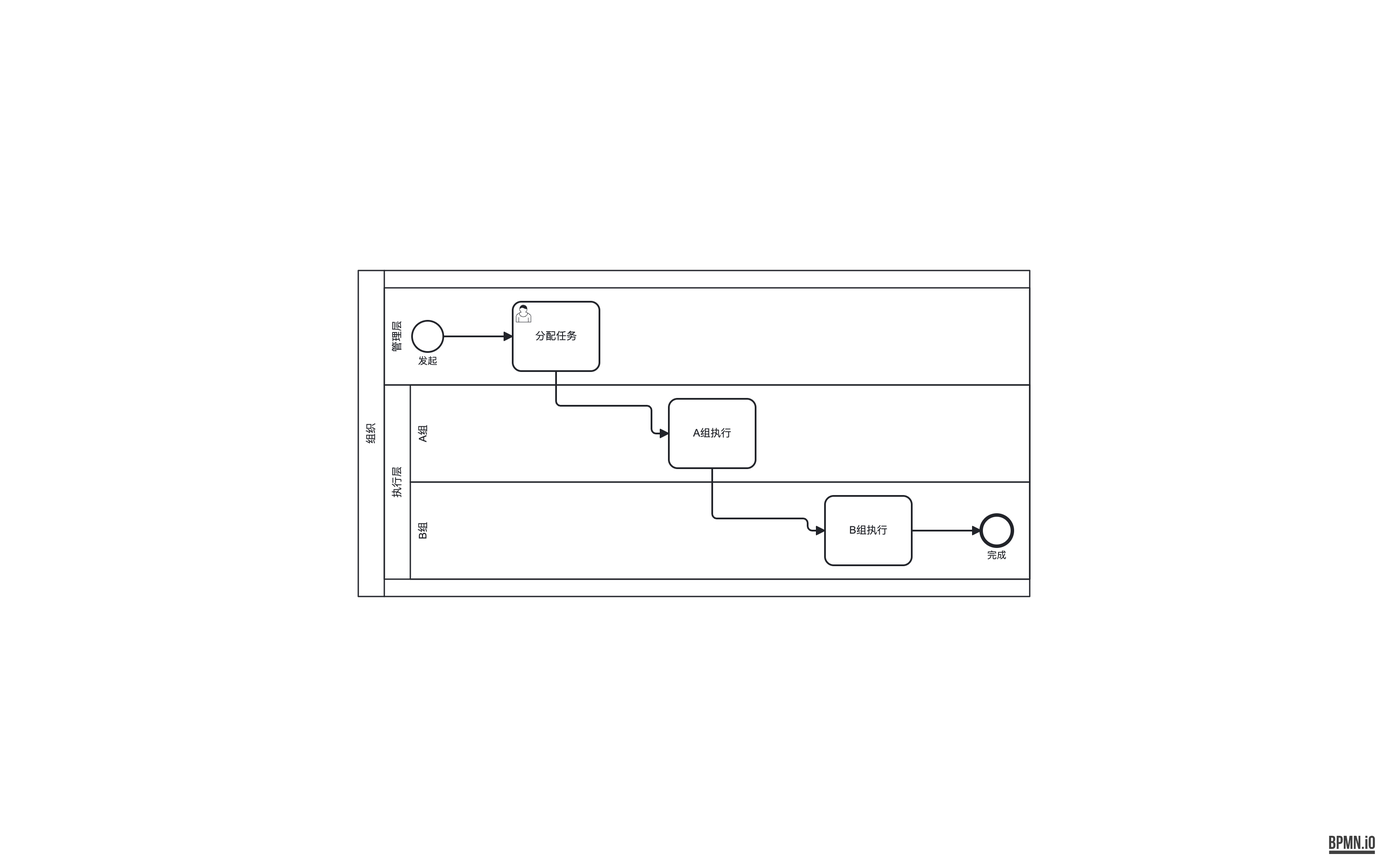
This is out-bpmn-png/27-collaboration-nested-lanes.png from LcpMarvel/tramito-layout, a BPMN export, as it was before one commit. Its source is kept beside it as out-xml/27-collaboration-nested-lanes.bpmn. Ids are renumbered. The source it was exported from:
```xml
<bpmn:definitions xmlns:bpmn="http://www.omg.org/spec/BPMN/20100524/MODEL" xmlns:bpmndi="http://www.omg.org/spec/BPMN/20100524/DI" xmlns:dc="http://www.omg.org/spec/DD/20100524/DC" xmlns:di="http://www.omg.org/spec/DD/20100524/DI" id="definitions_collab_nested_lanes" targetNamespace="http://example.com/test-collab-nested-lanes" exporter="ELK-BPMN Test Generator" exporterVersion="1.0">
  <bpmn:collaboration id="collaboration_1" name="嵌套泳道示例">
    <bpmn:participant id="pool_org" name="组织" processRef="process_org" />
  </bpmn:collaboration>
  <bpmn:process id="process_org" name="组织" isExecutable="true">
    <bpmn:laneSet id="LaneSet_1">
      <bpmn:lane id="lane_management" name="管理层">
        <bpmn:flowNodeRef>start_1</bpmn:flowNodeRef>
        <bpmn:flowNodeRef>task_assign</bpmn:flowNodeRef>
      </bpmn:lane>
      <bpmn:lane id="lane_execution" name="执行层">
        <bpmn:childLaneSet id="LaneSet_2">
          <bpmn:lane id="lane_team_a" name="A组">
            <bpmn:flowNodeRef>task_exec_a</bpmn:flowNodeRef>
          </bpmn:lane>
          <bpmn:lane id="lane_team_b" name="B组">
            <bpmn:flowNodeRef>task_exec_b</bpmn:flowNodeRef>
            <bpmn:flowNodeRef>end_1</bpmn:flowNodeRef>
          </bpmn:lane>
        </bpmn:childLaneSet>
      </bpmn:lane>
    </bpmn:laneSet>
    <bpmn:startEvent id="start_1" name="发起">
      <bpmn:outgoing>flow_1</bpmn:outgoing>
    </bpmn:startEvent>
    <bpmn:userTask id="task_assign" name="分配任务">
      <bpmn:incoming>flow_1</bpmn:incoming>
      <bpmn:outgoing>flow_2</bpmn:outgoing>
    </bpmn:userTask>
    <bpmn:task id="task_exec_a" name="A组执行">
      <bpmn:incoming>flow_2</bpmn:incoming>
      <bpmn:outgoing>flow_3</bpmn:outgoing>
    </bpmn:task>
    <bpmn:task id="task_exec_b" name="B组执行">
      <bpmn:incoming>flow_3</bpmn:incoming>
      <bpmn:outgoing>flow_4</bpmn:outgoing>
    </bpmn:task>
    <bpmn:endEvent id="end_1" name="完成">
      <bpmn:incoming>flow_4</bpmn:incoming>
    </bpmn:endEvent>
    <bpmn:sequenceFlow id="flow_1" sourceRef="start_1" targetRef="task_assign" />
    <bpmn:sequenceFlow id="flow_2" sourceRef="task_assign" targetRef="task_exec_a" />
    <bpmn:sequenceFlow id="flow_3" sourceRef="task_exec_a" targetRef="task_exec_b" />
    <bpmn:sequenceFlow id="flow_4" sourceRef="task_exec_b" targetRef="end_1" />
  </bpmn:process>
  <bpmndi:BPMNDiagram id="BPMNDiagram_definitions_collab_nested_lanes" name="BPMNDiagram">
    <bpmndi:BPMNPlane id="BPMNPlane_definitions_collab_nested_lanes" bpmnElement="collaboration_1">
      <bpmndi:BPMNShape id="collaboration_1_di" bpmnElement="collaboration_1">
        <dc:Bounds x="0" y="0" width="774" height="376" />
      </bpmndi:BPMNShape>
      <bpmndi:BPMNShape id="pool_org_di" bpmnElement="pool_org" isHorizontal="true">
        <dc:Bounds x="0" y="0" width="774" height="376" />
      </bpmndi:BPMNShape>
      <bpmndi:BPMNShape id="lane_management_di" bpmnElement="lane_management" isHorizontal="true">
        <dc:Bounds x="30" y="20" width="744" height="112" />
      </bpmndi:BPMNShape>
      <bpmndi:BPMNShape id="start_1_di" bpmnElement="start_1">
        <dc:Bounds x="62" y="58" width="36" height="36" />
        <bpmndi:BPMNLabel>
          <dc:Bounds x="30" y="98" width="100" height="14" />
        </bpmndi:BPMNLabel>
      </bpmndi:BPMNShape>
      <bpmndi:BPMNShape id="task_assign_di" bpmnElement="task_assign">
        <dc:Bounds x="178" y="36" width="100" height="80" />
      </bpmndi:BPMNShape>
      <bpmndi:BPMNShape id="lane_execution_di" bpmnElement="lane_execution" isHorizontal="true">
        <dc:Bounds x="30" y="132" width="744" height="224" />
      </bpmndi:BPMNShape>
      <bpmndi:BPMNShape id="lane_team_a_di" bpmnElement="lane_team_a" isHorizontal="true">
        <dc:Bounds x="60" y="132" width="714" height="112" />
      </bpmndi:BPMNShape>
      <bpmndi:BPMNShape id="task_exec_a_di" bpmnElement="task_exec_a">
        <dc:Bounds x="358" y="148" width="100" height="80" />
      </bpmndi:BPMNShape>
      <bpmndi:BPMNShape id="lane_team_b_di" bpmnElement="lane_team_b" isHorizontal="true">
        <dc:Bounds x="60" y="244" width="714" height="112" />
      </bpmndi:BPMNShape>
      <bpmndi:BPMNShape id="task_exec_b_di" bpmnElement="task_exec_b">
        <dc:Bounds x="538" y="260" width="100" height="80" />
      </bpmndi:BPMNShape>
      <bpmndi:BPMNShape id="end_1_di" bpmnElement="end_1">
        <dc:Bounds x="718" y="282" width="36" height="36" />
        <bpmndi:BPMNLabel>
          <dc:Bounds x="686" y="322" width="100" height="14" />
        </bpmndi:BPMNLabel>
      </bpmndi:BPMNShape>
      <bpmndi:BPMNEdge id="flow_1_di" bpmnElement="flow_1">
        <di:waypoint x="98" y="76" />
        <di:waypoint x="178" y="76" />
      </bpmndi:BPMNEdge>
      <bpmndi:BPMNEdge id="flow_2_di" bpmnElement="flow_2">
        <di:waypoint x="228" y="116" />
        <di:waypoint x="228" y="156" />
        <di:waypoint x="338" y="156" />
        <di:waypoint x="338" y="188" />
        <di:waypoint x="358" y="188" />
      </bpmndi:BPMNEdge>
      <bpmndi:BPMNEdge id="flow_3_di" bpmnElement="flow_3">
        <di:waypoint x="408" y="228" />
        <di:waypoint x="408" y="286" />
        <di:waypoint x="518" y="286" />
        <di:waypoint x="518" y="300" />
        <di:waypoint x="538" y="300" />
      </bpmndi:BPMNEdge>
      <bpmndi:BPMNEdge id="flow_4_di" bpmnElement="flow_4">
        <di:waypoint x="638" y="300" />
        <di:waypoint x="718" y="300" />
      </bpmndi:BPMNEdge>
    </bpmndi:BPMNPlane>
  </bpmndi:BPMNDiagram>
</bpmn:definitions>
```
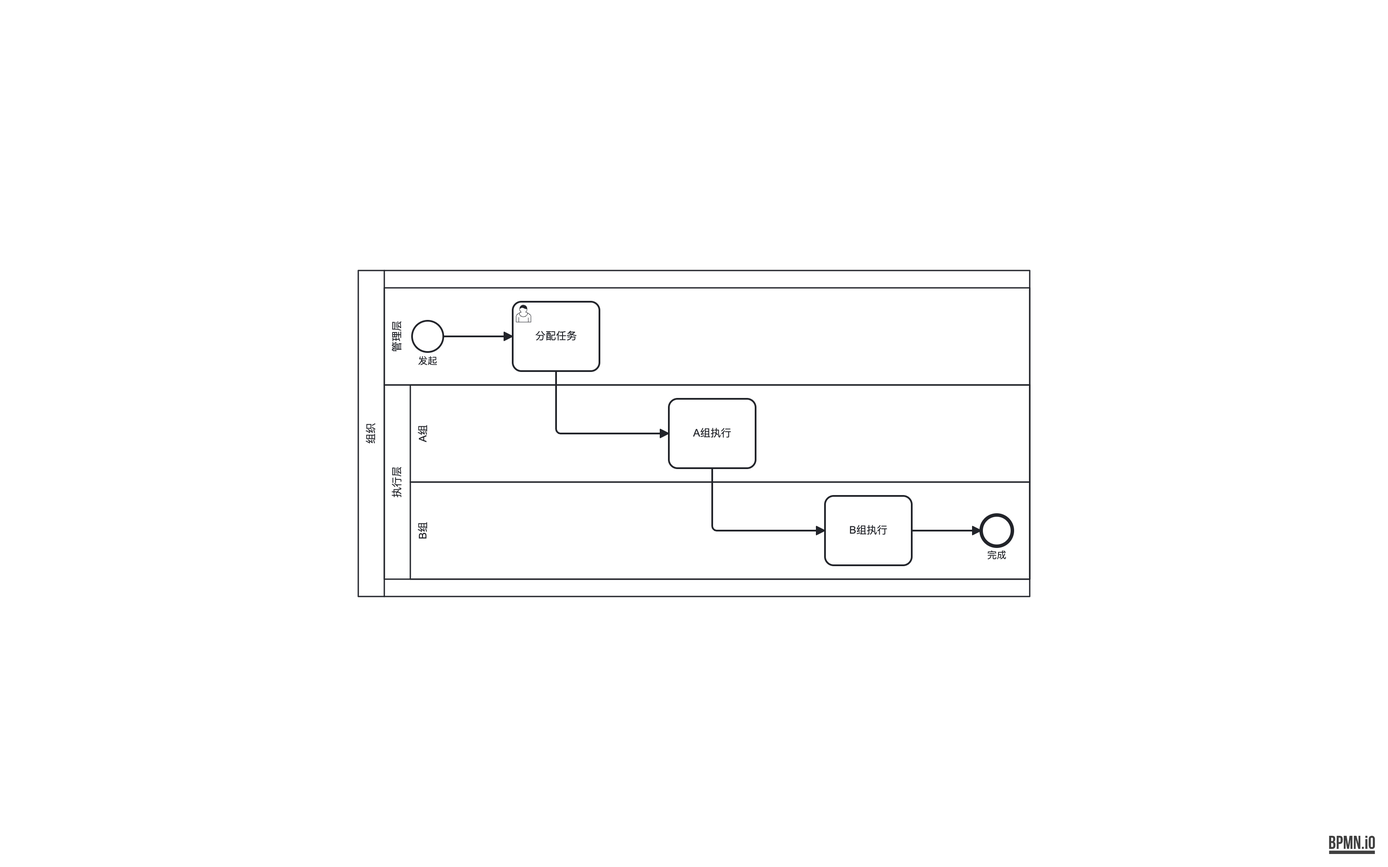
The same diagram one commit later.

Diff of the diagram source:
```diff
@@ -90,16 +90,12 @@
       </bpmndi:BPMNEdge>
       <bpmndi:BPMNEdge id="flow_2_di" bpmnElement="flow_2">
         <di:waypoint x="228" y="116" />
-        <di:waypoint x="228" y="156" />
-        <di:waypoint x="338" y="156" />
-        <di:waypoint x="338" y="188" />
+        <di:waypoint x="228" y="188" />
         <di:waypoint x="358" y="188" />
       </bpmndi:BPMNEdge>
       <bpmndi:BPMNEdge id="flow_3_di" bpmnElement="flow_3">
         <di:waypoint x="408" y="228" />
-        <di:waypoint x="408" y="286" />
-        <di:waypoint x="518" y="286" />
-        <di:waypoint x="518" y="300" />
+        <di:waypoint x="408" y="300" />
         <di:waypoint x="538" y="300" />
       </bpmndi:BPMNEdge>
       <bpmndi:BPMNEdge id="flow_4_di" bpmnElement="flow_4">
```
